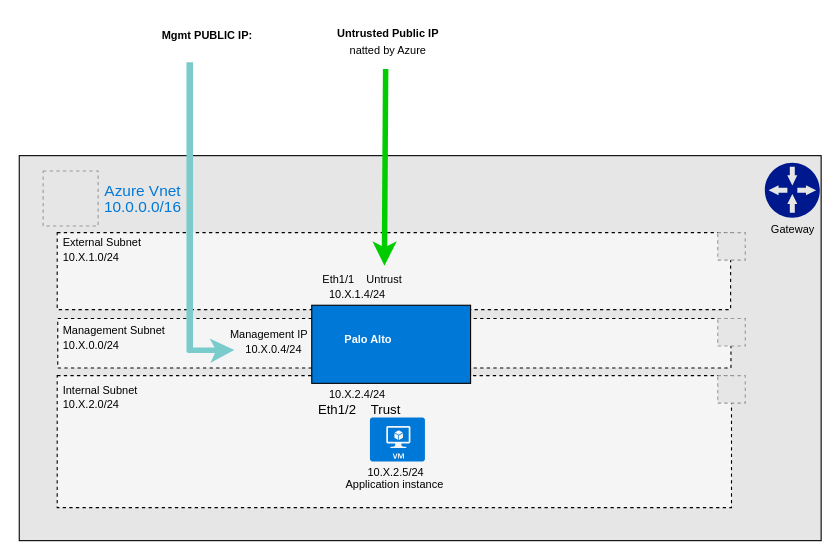
Earlier version of the draw.io diagram examples/lab NG/diagram.drawio (oncledave01/f5-azure-arm-templates-v2). Source tidied: cells renumbered, new cells numbered last; positions are measured from the earlier drawing's top-left corner, leaving out a move shared by most shapes. Both pictures are drawn from the tidied source at 110%, with x=0, y=0 at pixel (19, 19). Pictures stored in the file or linked from it are replaced by grey dashed boxes.
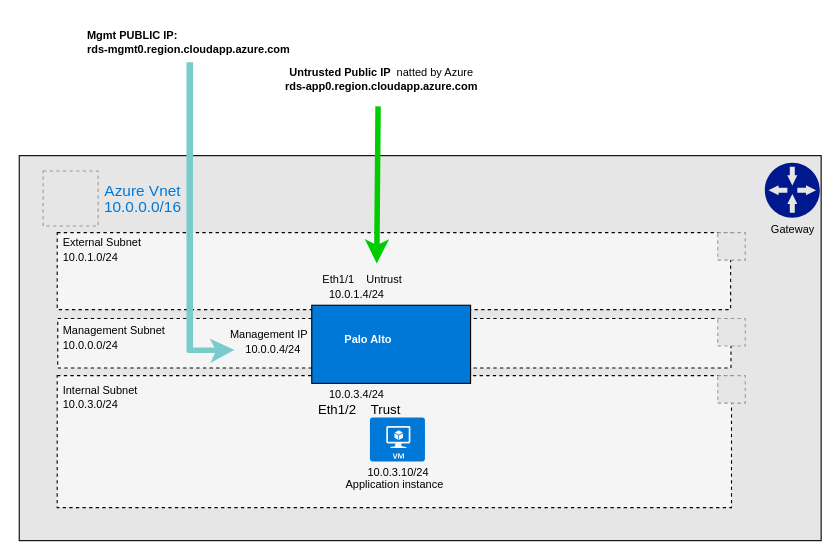
The same page after the edit.

Commit message:
Mettre à jour diagram.drawio

The change refers to these unchanged cells:
```xml
<mxCell id="32" value="&lt;font style=&quot;font-size: 10px&quot;&gt;Eth1/1 &amp;nbsp; &amp;nbsp;Untrust&lt;/font&gt;" style="text;html=1;align=left;verticalAlign=middle;points=[];" parent="1" vertex="1">
  <mxGeometry x="274" y="221" width="100" height="30" as="geometry" />
</mxCell>
```

Diff of the diagram source:
```diff
@@
-    <mxCell id="6" value="&lt;font style=&quot;font-size: 10px&quot;&gt;&lt;b&gt;Untrusted Public IP&lt;br&gt;&lt;/b&gt;natted by Azure&lt;br&gt;&lt;/font&gt;" style="text;html=1;align=center;verticalAlign=middle;points=[];" parent="1" vertex="1">
-      <mxGeometry x="275" width="120" height="40" as="geometry" />
+    <mxCell id="6" value="&lt;font style=&quot;font-size: 10px&quot;&gt;&lt;b&gt;Untrusted Public IP &amp;nbsp;&lt;/b&gt;natted by Azure&lt;br&gt;&lt;font style=&quot;border-color: var(--border-color); text-align: left;&quot;&gt;&lt;b style=&quot;border-color: var(--border-color);&quot;&gt;&lt;div style=&quot;border-color: var(--border-color);&quot;&gt;rds-app0.region.cloudapp.azure.com&lt;/div&gt;&lt;/b&gt;&lt;/font&gt;&lt;/font&gt;" style="text;html=1;align=center;verticalAlign=middle;points=[];" parent="1" vertex="1">
+      <mxGeometry x="229.4" y="34" width="200" height="40" as="geometry" />
     </mxCell>
@@
-    <mxCell id="13" value="&lt;font style=&quot;font-size: 10px&quot;&gt;10.X.1.0/24&lt;/font&gt;" style="text;html=1;align=left;verticalAlign=middle;" parent="1" vertex="1">
+    <mxCell id="13" value="&lt;font style=&quot;font-size: 10px&quot;&gt;10.0.1.0/24&lt;/font&gt;" style="text;html=1;align=left;verticalAlign=middle;" parent="1" vertex="1">
       <mxGeometry x="38" y="201" width="70" height="30" as="geometry" />
     </mxCell>
@@
-    <mxCell id="15" value="&lt;font style=&quot;font-size: 10px&quot;&gt;10.X.2.0/24&lt;/font&gt;" style="text;html=1;align=left;verticalAlign=middle;" parent="1" vertex="1">
+    <mxCell id="15" value="&lt;font style=&quot;font-size: 10px&quot;&gt;10.0.3.0/24&lt;/font&gt;" style="text;html=1;align=left;verticalAlign=middle;" parent="1" vertex="1">
       <mxGeometry x="38" y="334.5" width="70" height="30" as="geometry" />
     </mxCell>
@@
-    <mxCell id="19" style="endArrow=classic;html=1;exitX=0.484;exitY=1.13;exitDx=0;exitDy=0;exitPerimeter=0;strokeColor=#00CC00;strokeWidth=5;gradientColor=none;" parent="1" edge="1" source="6">
-      <mxGeometry relative="1" as="geometry">
-        <mxPoint x="332" y="224" as="targetPoint" />
-      </mxGeometry>
+    <mxCell id="19" style="endArrow=classic;html=1;exitX=0.484;exitY=1.13;exitDx=0;exitDy=0;exitPerimeter=0;strokeColor=#00CC00;strokeWidth=5;gradientColor=none;entryX=0.51;entryY=0.033;entryDx=0;entryDy=0;entryPerimeter=0;" parent="1" edge="1" source="6" target="32">
+      <mxGeometry relative="1" as="geometry" />
     </mxCell>
@@
-    <mxCell id="22" value="&lt;font style=&quot;font-size: 10px&quot;&gt;10.X.0.0/24&lt;/font&gt;" style="text;html=1;align=left;verticalAlign=middle;" parent="1" vertex="1">
+    <mxCell id="22" value="&lt;font style=&quot;font-size: 10px&quot;&gt;10.0.0.0/24&lt;/font&gt;" style="text;html=1;align=left;verticalAlign=middle;" parent="1" vertex="1">
       <mxGeometry x="38" y="280.5" width="70" height="30" as="geometry" />
     </mxCell>
@@
-    <mxCell id="25" value="&lt;span style=&quot;font-size: 10px ; font-weight: normal&quot;&gt;10.X.2.5/24&lt;/span&gt;" style="text;html=1;align=left;verticalAlign=middle;fontStyle=1;" parent="1" vertex="1">
-      <mxGeometry x="314.9" y="397" width="70" height="30" as="geometry" />
+    <mxCell id="25" value="&lt;span style=&quot;font-size: 10px ; font-weight: normal&quot;&gt;10.0.3.10/24&lt;/span&gt;" style="text;html=1;align=left;verticalAlign=middle;fontStyle=1;" parent="1" vertex="1">
+      <mxGeometry x="314.9" y="397" width="80" height="30" as="geometry" />
     </mxCell>
@@
-    <mxCell id="27" value="&lt;font style=&quot;font-size: 10px&quot;&gt;&lt;b&gt;Mgmt PUBLIC IP:&lt;br&gt;&lt;div&gt;&lt;br&gt;&lt;/div&gt;&lt;/b&gt;&lt;/font&gt;" style="text;html=1;align=left;verticalAlign=middle;" parent="1" vertex="1">
-      <mxGeometry x="128" width="110" height="40" as="geometry" />
+    <mxCell id="27" value="&lt;font style=&quot;font-size: 10px&quot;&gt;&lt;b&gt;Mgmt PUBLIC IP:&lt;br&gt;&lt;div&gt;rds-mgmt0.region.cloudapp.azure.com&lt;/div&gt;&lt;/b&gt;&lt;/font&gt;&lt;span style=&quot;font-family: -webkit-standard; font-size: medium;&quot;&gt;&lt;/span&gt;" style="text;html=1;align=left;verticalAlign=middle;" parent="1" vertex="1">
+      <mxGeometry x="60" width="210" height="40" as="geometry" />
     </mxCell>
@@
-    <mxCell id="29" value="&lt;font style=&quot;font-size: 10px&quot;&gt;10.X.2.4/24&lt;/font&gt;" style="text;html=1;align=left;verticalAlign=middle;" parent="1" vertex="1">
+    <mxCell id="29" value="&lt;font style=&quot;font-size: 10px&quot;&gt;10.0.3.4/24&lt;/font&gt;" style="text;html=1;align=left;verticalAlign=middle;" parent="1" vertex="1">
       <mxGeometry x="280" y="326" width="70" height="30" as="geometry" />
     </mxCell>
@@
-    <mxCell id="31" value="&lt;font style=&quot;font-size: 10px&quot;&gt;10.X.1.4/24&lt;/font&gt;" style="text;html=1;align=left;verticalAlign=middle;" parent="1" vertex="1">
+    <mxCell id="31" value="&lt;font style=&quot;font-size: 10px&quot;&gt;10.0.1.4/24&lt;/font&gt;" style="text;html=1;align=left;verticalAlign=middle;" parent="1" vertex="1">
       <mxGeometry x="280" y="235" width="70" height="30" as="geometry" />
     </mxCell>
@@
-    <mxCell id="33" value="&lt;font style=&quot;font-size: 10px&quot;&gt;10.X.0.4/24&lt;/font&gt;" style="text;html=1;align=left;verticalAlign=middle;" parent="1" vertex="1">
+    <mxCell id="33" value="&lt;font style=&quot;font-size: 10px&quot;&gt;10.0.0.4/24&lt;/font&gt;" style="text;html=1;align=left;verticalAlign=middle;" parent="1" vertex="1">
       <mxGeometry x="204" y="284.5" width="70" height="30" as="geometry" />
     </mxCell>
```
